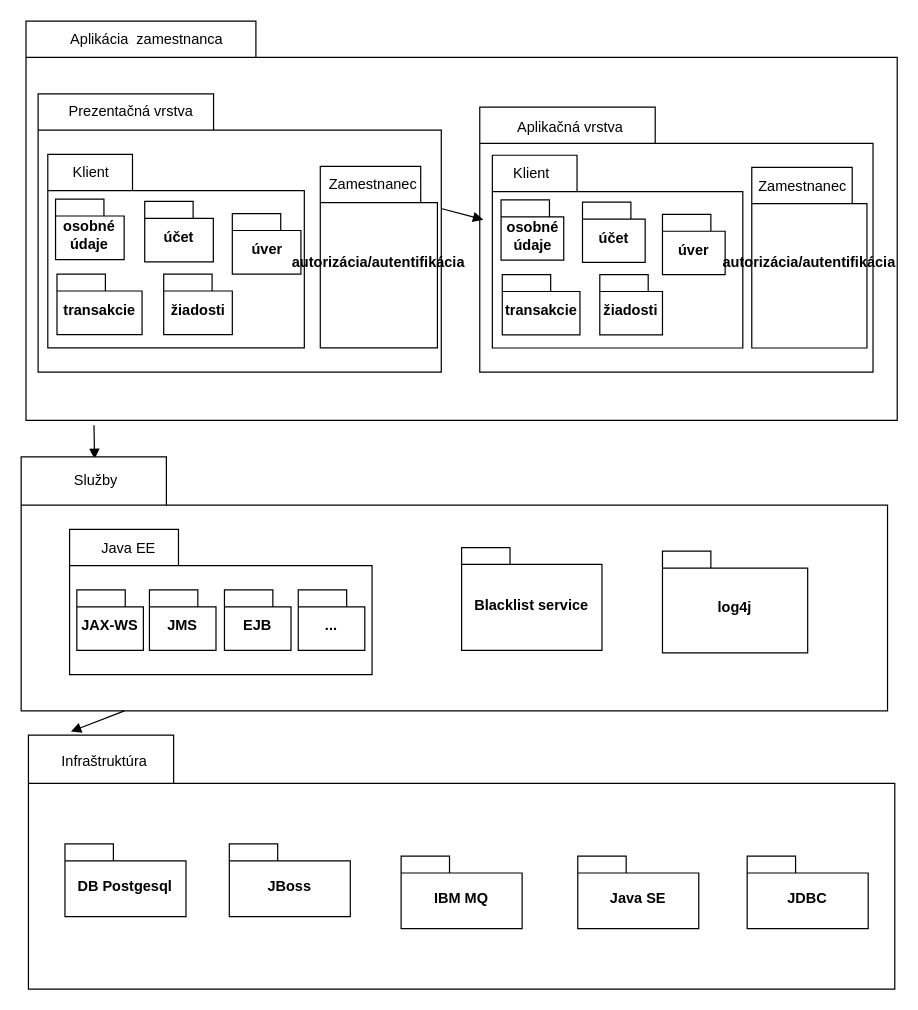
Above: UML/package_diagram.drawio in KubkoFrano/VyvojVelkychAplikacii (draw.io), before the change. Source tidied: cells renumbered, new cells numbered last; positions are measured from the earlier drawing's top-left corner, leaving out a move shared by most shapes. Both pictures are drawn from the tidied source at 121%, with x=0, y=0 at pixel (21, 21).
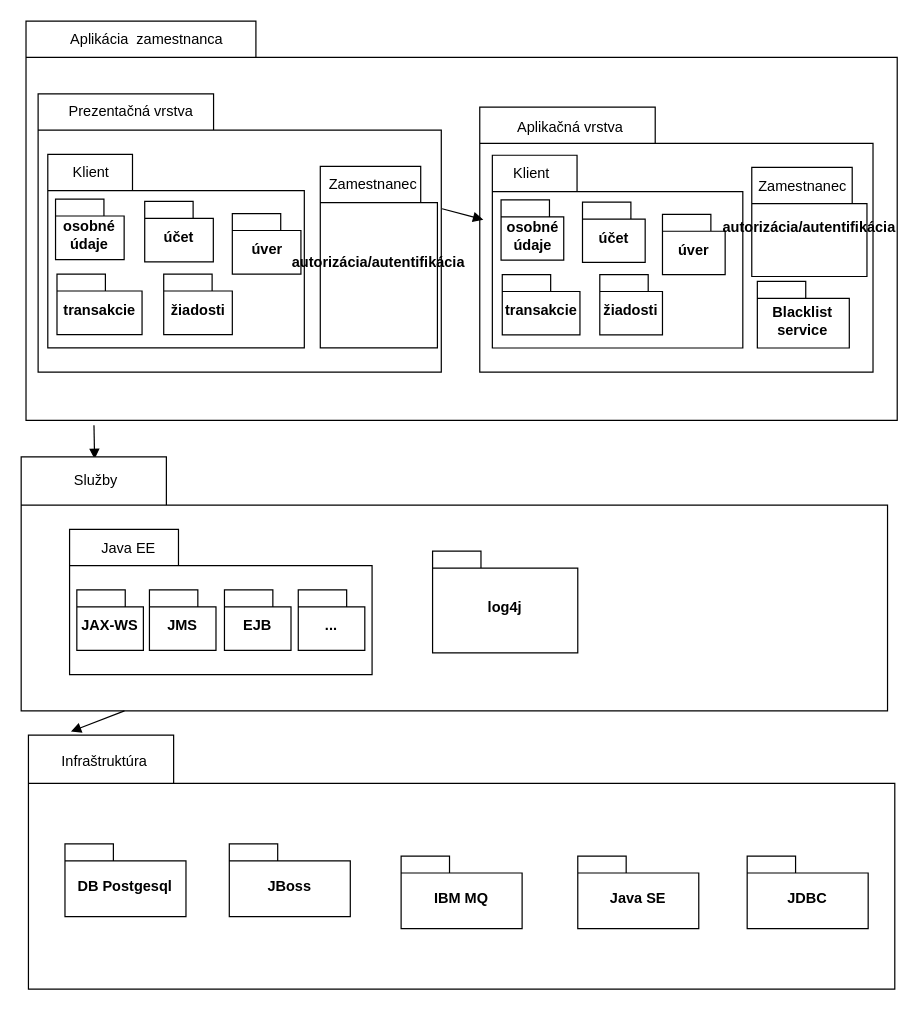
Above is the later version.

Unchanged cells that the change refers to:
```xml
<mxCell id="18" style="group;" parent="2" vertex="1">
  <mxGeometry x="375" y="71" width="325" height="219" as="geometry" />
</mxCell>
```

Change to the diagram source:
```diff
@@
     <mxCell id="28" value="autorizácia/autentifikácia" style="shape=folder;fontStyle=1;spacingTop=10;tabWidth=83;tabHeight=30;tabPosition=left;html=1;whiteSpace=wrap;" parent="18" vertex="1">
-      <mxGeometry x="224.8" y="49.8" width="95.2" height="149.3" as="geometry" />
+      <mxGeometry x="224.8" y="49.8" width="95.2" height="90.2" as="geometry" />
     </mxCell>
@@
+    <mxCell id="42" value="Blacklist service" style="shape=folder;fontStyle=1;spacingTop=10;tabWidth=40;tabHeight=14;tabPosition=left;html=1;whiteSpace=wrap;" parent="18" vertex="1">
+      <mxGeometry x="229.4" y="144.1" width="76" height="55" as="geometry" />
+    </mxCell>
@@
     <mxCell id="41" value="log4j" style="shape=folder;fontStyle=1;spacingTop=10;tabWidth=40;tabHeight=14;tabPosition=left;html=1;whiteSpace=wrap;" parent="1" vertex="1">
-      <mxGeometry x="530" y="438" width="120" height="84" as="geometry" />
+      <mxGeometry x="340" y="438" width="120" height="84" as="geometry" />
     </mxCell>
-    <mxCell id="42" value="Blacklist service" style="shape=folder;fontStyle=1;spacingTop=10;tabWidth=40;tabHeight=14;tabPosition=left;html=1;whiteSpace=wrap;" parent="1" vertex="1">
-      <mxGeometry x="364" y="435" width="116" height="85" as="geometry" />
-    </mxCell>
```
